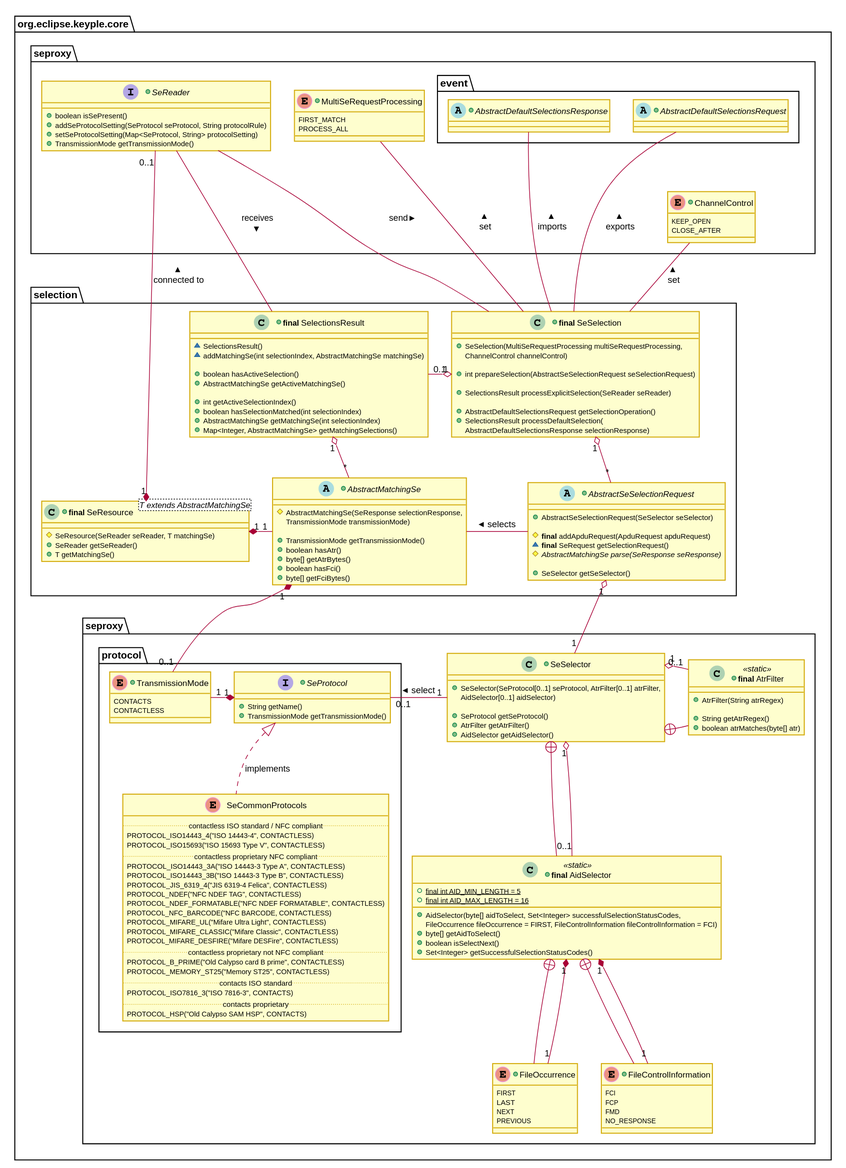
Earlier version of the PlantUML export docs/KeypleCoreApi/ApplicationApi/img/KeypleCore_ApplicationApi_ClassDiag_Selection_SelectorAndSelection_0_9_0.svg (calypsonet/keyple).
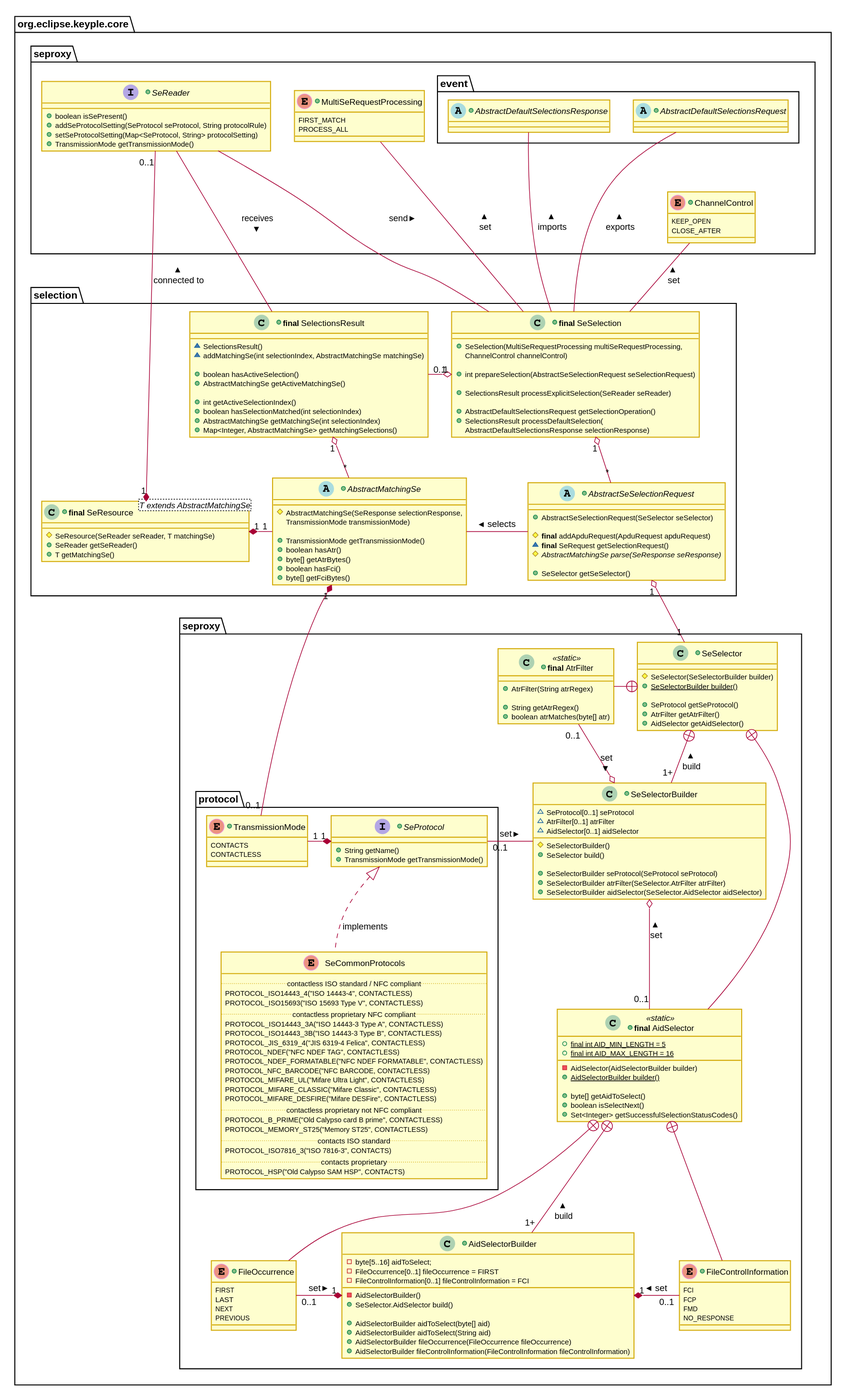
After the commit.

The edit, as a diff of the source:
```diff
@@ -152,14 +152,26 @@
     }
 
 +class SeSelector {
-  +SeSelector(SeProtocol[0..1] seProtocol, AtrFilter[0..1] atrFilter,
-  AidSelector[0..1] aidSelector)
+  #SeSelector(SeSelectorBuilder builder)
+  +{static}SeSelectorBuilder builder()
 
   +SeProtocol getSeProtocol()
   +AtrFilter getAtrFilter()
   +AidSelector getAidSelector()
 }
-    SeProtocol "0..1" -right- "1" SeSelector : select <
++class SeSelectorBuilder {
+  ~SeProtocol[0..1] seProtocol
+  ~AtrFilter[0..1] atrFilter
+  ~AidSelector[0..1] aidSelector
+  #SeSelectorBuilder()
+  +SeSelector build()
+
+  +SeSelectorBuilder seProtocol(SeProtocol seProtocol)
+  +SeSelectorBuilder atrFilter(SeSelector.AtrFilter atrFilter)
+  +SeSelectorBuilder aidSelector(SeSelector.AidSelector aidSelector)
+}
+
+    SeProtocol "0..1" -right- SeSelectorBuilder : set >
 
 +enum FileOccurrence {
   FIRST
@@ -185,21 +197,38 @@
   +{static} final int AID_MIN_LENGTH = 5
   +{static} final int AID_MAX_LENGTH = 16
 
-  +AidSelector(byte[] aidToSelect, Set<Integer> successfulSelectionStatusCodes,
-    FileOccurrence fileOccurrence = FIRST, FileControlInformation fileControlInformation = FCI)
+  -AidSelector(AidSelectorBuilder builder)
+  +{static}AidSelectorBuilder builder()
+
   +byte[] getAidToSelect()
   +boolean isSelectNext()
   +Set<Integer> getSuccessfulSelectionStatusCodes()
 }
+
++class AidSelectorBuilder {
+  -byte[5..16] aidToSelect;
+  -FileOccurrence[0..1] fileOccurrence = FIRST
+  -FileControlInformation[0..1] fileControlInformation = FCI
+  -AidSelectorBuilder()
+  +SeSelector.AidSelector build()
+
+  +AidSelectorBuilder aidToSelect(byte[] aid)
+  +AidSelectorBuilder aidToSelect(String aid)
+  +AidSelectorBuilder fileOccurrence(FileOccurrence fileOccurrence)
+  +AidSelectorBuilder fileControlInformation(FileControlInformation fileControlInformation)
+}
     AidSelector +-down- FileOccurrence
     AidSelector +-down- FileControlInformation
-    AidSelector "1" *-- "1" FileOccurrence
-    AidSelector "1" *-- "1" FileControlInformation
-    SeSelector +-down- AidSelector
-    SeSelector "1" o-- "0..1" AidSelector
+    AidSelector +-- "1+" AidSelectorBuilder : build <
+    AidSelectorBuilder "1" *-left- "0..1" FileOccurrence : set <
+    AidSelectorBuilder "1" *-right- "0..1" FileControlInformation : set <
 
-    SeSelector +-right- AtrFilter
-    SeSelector "1" o-- "0..1" AtrFilter
+    SeSelectorBuilder o-down- "0..1" AidSelector : set <
+    SeSelectorBuilder o-up- "0..1" AtrFilter : set <
+
+    SeSelector +-- AidSelector
+    SeSelector +-left- AtrFilter
+    SeSelector +-- "1+" SeSelectorBuilder : build <
   }
 
   SeSelection -up- SeReader : send <
```
